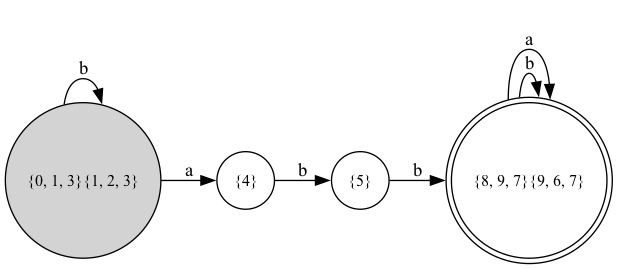
Above: pngs/dfa_graph_minimized.png in estebandonis/Proyecto1-TeoriaDeLaComputacion (Graphviz), before the change. Its source is kept beside it as pngs/dfa_graph_minimized.dot.
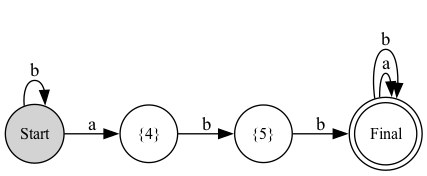
Later version of the same file.

Diff of the diagram source:
```diff
@@ -1,45 +1,45 @@
 digraph G {
-	graph [bb="0,0,359.77,128.58",
+	graph [bb="0,0,265.74,173.49",
 		rankdir=LR
 	];
 	node [label="\N"];
-	"{8, 9, 7}{9, 6, 7}"	[fontsize=12,
-		height=1.7314,
-		pos="62.332,66.244",
-		shape=doublecircle,
-		width=1.7314];
-	"{8, 9, 7}{9, 6, 7}" -> "{8, 9, 7}{9, 6, 7}"	[label=b,
-		lp="146.04,66.244",
-		pos="e,124.98,63.108 124.98,69.381 135.44,68.942 142.66,67.897 142.66,66.244 142.66,65.289 140.25,64.537 136.19,63.987"];
-	"{8, 9, 7}{9, 6, 7}" -> "{8, 9, 7}{9, 6, 7}"	[label=a,
-		lp="163.66,66.244",
-		pos="e,124.75,59.496 124.75,72.993 144.78,72.924 160.66,70.674 160.66,66.244 160.66,62.68 150.38,60.527 135.92,59.786"];
+	"{4}"	[fontsize=12,
+		height=0.6,
+		pos="70.173,97.542",
+		shape=circle,
+		width=0.6];
 	"{5}"	[fontsize=12,
 		height=0.6,
-		pos="134.09,73.217",
+		pos="129,55.405",
 		shape=circle,
 		width=0.6];
-	"{5}" -> "{8, 9, 7}{9, 6, 7}"	[label=b,
-		lp="108.67,79.325",
-		pos="e,111.67,71.039 112.17,71.087 112.08,71.079 112,71.071 111.92,71.063"];
-	"{0, 1, 3}{1, 2, 3}"	[fontsize=12,
-		height=1.6203,
-		pos="276.69,58.332",
+	"{4}" -> "{5}"	[label=b,
+		lp="98.404,87.99",
+		pos="e,111.37,68.039 87.824,84.9 92.362,81.65 97.346,78.08 102.23,74.58"];
+	Final	[fontsize=12,
+		height=0.75924,
+		pos="195.66,27.333",
+		shape=doublecircle,
+		width=0.75924];
+	Final -> Final	[label=a,
+		lp="243.99,27.333",
+		pos="e,223.1,23.961 223.1,30.705 232.96,30.777 240.99,29.653 240.99,27.333 240.99,26.028 238.45,25.101 234.47,24.553"];
+	Final -> Final	[label=b,
+		lp="262.37,27.333",
+		pos="e,222.67,21.209 222.67,33.456 241.02,35.245 258.99,33.204 258.99,27.333 258.99,22.7 247.8,20.452 234.07,20.589"];
+	"{5}" -> Final	[label=b,
+		lp="157.9,52.907",
+		pos="e,170.24,38.038 149.36,46.83 152.66,45.443 156.15,43.972 159.68,42.485"];
+	Start	[fontsize=12,
+		height=0.61168,
+		pos="22.02,151.47",
 		shape=circle,
 		style=filled,
-		width=1.6203];
-	"{0, 1, 3}{1, 2, 3}" -> "{0, 1, 3}{1, 2, 3}"	[label=b,
-		lp="356.4,58.332",
-		pos="e,334.93,51.953 334.93,64.711 345.57,63.904 353.02,61.777 353.02,58.332 353.02,56.286 350.39,54.706 346.03,53.59"];
-	"{4}"	[fontsize=12,
-		height=0.6,
-		pos="206.3,74.798",
-		shape=circle,
-		width=0.6];
-	"{0, 1, 3}{1, 2, 3}" -> "{4}"	[label=a,
-		lp="216.45,79.972",
-		pos="e,219.17,71.786 219.54,71.701 219.48,71.715 219.42,71.73 219.36,71.744"];
-	"{4}" -> "{5}"	[label=b,
-		lp="172.45,82.381",
-		pos="e,156.01,73.697 184.24,74.315 178.92,74.199 173.12,74.072 167.41,73.947"];
+		width=0.61168];
+	Start -> "{4}"	[label=a,
+		lp="39.577,120.2",
+		pos="e,55.705,113.75 36.992,134.7 40.533,130.74 44.382,126.43 48.162,122.19"];
+	Start -> Start	[label=b,
+		lp="65.416,151.47",
+		pos="e,43.431,144.86 43.431,158.09 53.363,158.81 62.041,156.61 62.041,151.47 62.041,148.51 59.14,146.52 54.774,145.51"];
 }
```
